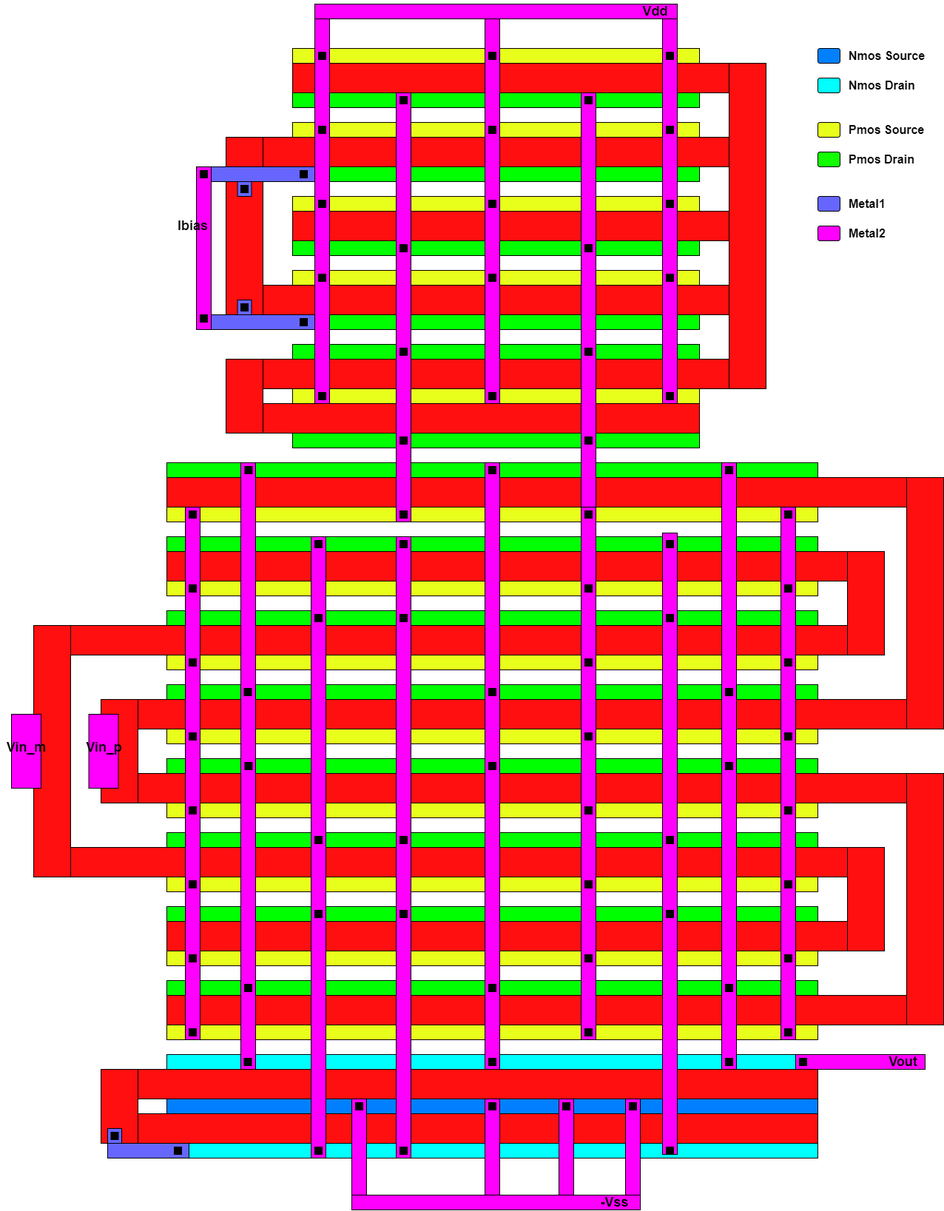
Before: Immagini_relazione/Stick_diagram_first_s.png, a diagram exported from draw.io (Gaspare7696/AIC_group). Source tidied: cells renumbered, new cells last; positions are measured from the earlier drawing's top-left corner, leaving out a move shared by most shapes.
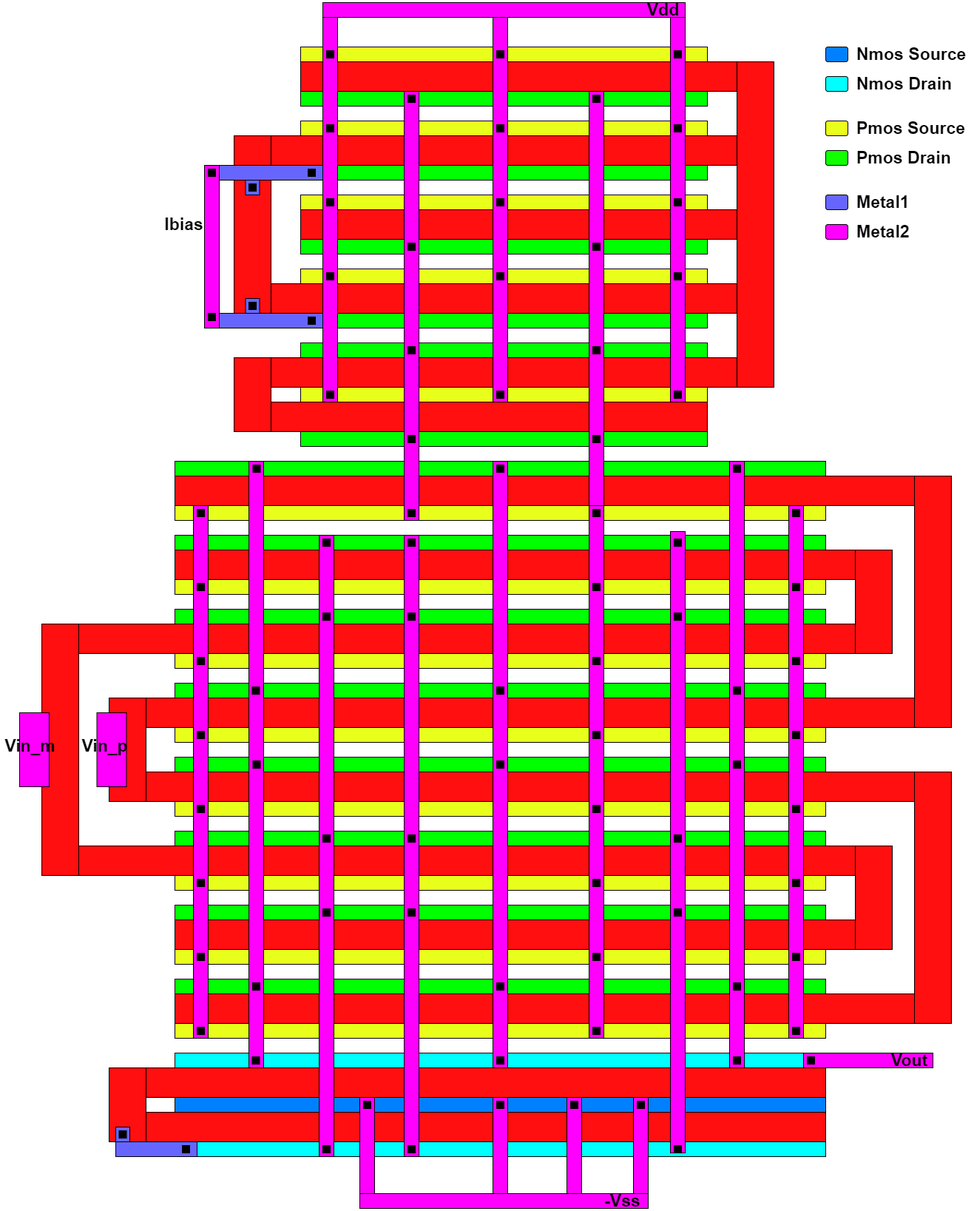
After the commit.

Change to the diagram source:
```diff
@@ -188,17 +188,17 @@
     <mxCell id="63" style="rounded=1;whiteSpace=wrap;html=1;gradientDirection=north;fillColor=#E8FF1C;" parent="1" vertex="1">
       <mxGeometry x="1105" y="165" width="30" height="20" as="geometry" />
     </mxCell>
-    <mxCell id="64" value="&lt;b style=&quot;font-size: 16px&quot;&gt;Nmos Source&lt;/b&gt;" style="text;html=1;align=left;verticalAlign=middle;" parent="1" vertex="1">
-      <mxGeometry x="1145" y="65" width="120" height="20" as="geometry" />
+    <mxCell id="64" value="&lt;b&gt;&lt;font style=&quot;font-size: 23px&quot;&gt;Nmos Source&lt;/font&gt;&lt;/b&gt;" style="text;html=1;align=left;verticalAlign=middle;" parent="1" vertex="1">
+      <mxGeometry x="1145" y="65" width="160" height="20" as="geometry" />
     </mxCell>
-    <mxCell id="65" value="&lt;b style=&quot;font-size: 16px&quot;&gt;Nmos Drain&lt;/b&gt;" style="text;html=1;align=left;verticalAlign=middle;" parent="1" vertex="1">
-      <mxGeometry x="1145" y="105" width="110" height="20" as="geometry" />
+    <mxCell id="65" value="&lt;b&gt;&lt;font style=&quot;font-size: 23px&quot;&gt;Nmos Drain&lt;/font&gt;&lt;/b&gt;" style="text;html=1;align=left;verticalAlign=middle;" parent="1" vertex="1">
+      <mxGeometry x="1145" y="105" width="140" height="20" as="geometry" />
     </mxCell>
-    <mxCell id="66" value="&lt;b style=&quot;font-size: 16px&quot;&gt;Pmos Drain&lt;/b&gt;" style="text;html=1;align=left;verticalAlign=middle;" parent="1" vertex="1">
-      <mxGeometry x="1145" y="205" width="100" height="20" as="geometry" />
+    <mxCell id="66" value="&lt;b&gt;&lt;font style=&quot;font-size: 23px&quot;&gt;Pmos Drain&lt;/font&gt;&lt;/b&gt;" style="text;html=1;align=left;verticalAlign=middle;" parent="1" vertex="1">
+      <mxGeometry x="1145" y="205" width="140" height="20" as="geometry" />
     </mxCell>
-    <mxCell id="67" value="&lt;b style=&quot;font-size: 16px&quot;&gt;Pmos Source&lt;/b&gt;" style="text;html=1;align=left;verticalAlign=middle;" parent="1" vertex="1">
-      <mxGeometry x="1145" y="165" width="120" height="20" as="geometry" />
+    <mxCell id="67" value="&lt;b&gt;&lt;font style=&quot;font-size: 23px&quot;&gt;Pmos Source&lt;/font&gt;&lt;/b&gt;" style="text;html=1;align=left;verticalAlign=middle;" parent="1" vertex="1">
+      <mxGeometry x="1145" y="165" width="160" height="20" as="geometry" />
     </mxCell>
     <mxCell id="68" style="rounded=0;whiteSpace=wrap;html=1;gradientColor=none;fillColor=#FF00FF;" parent="1" vertex="1">
       <mxGeometry x="425" y="25" width="20" height="520" as="geometry" />
@@ -485,14 +485,14 @@
     <mxCell id="162" style="rounded=1;whiteSpace=wrap;html=1;fillColor=#6666FF;" parent="1" vertex="1">
       <mxGeometry x="1105" y="265" width="30" height="20" as="geometry" />
     </mxCell>
-    <mxCell id="163" value="&lt;b style=&quot;font-size: 16px&quot;&gt;Metal1&lt;br&gt;&lt;/b&gt;" style="text;html=1;align=left;verticalAlign=middle;" parent="1" vertex="1">
-      <mxGeometry x="1145" y="265" width="70" height="20" as="geometry" />
+    <mxCell id="163" value="&lt;b&gt;&lt;font style=&quot;font-size: 23px&quot;&gt;Metal1&lt;/font&gt;&lt;br&gt;&lt;/b&gt;" style="text;html=1;align=left;verticalAlign=middle;" parent="1" vertex="1">
+      <mxGeometry x="1145" y="265" width="90" height="20" as="geometry" />
     </mxCell>
     <mxCell id="164" style="rounded=1;whiteSpace=wrap;html=1;fillColor=#FF00FF;" parent="1" vertex="1">
       <mxGeometry x="1105" y="305" width="30" height="20" as="geometry" />
     </mxCell>
-    <mxCell id="165" value="&lt;b style=&quot;font-size: 16px&quot;&gt;Metal2&lt;br&gt;&lt;/b&gt;" style="text;html=1;align=left;verticalAlign=middle;" parent="1" vertex="1">
-      <mxGeometry x="1145" y="305" width="70" height="20" as="geometry" />
+    <mxCell id="165" value="&lt;b&gt;&lt;font style=&quot;font-size: 23px&quot;&gt;Metal2&lt;/font&gt;&lt;br&gt;&lt;/b&gt;" style="text;html=1;align=left;verticalAlign=middle;" parent="1" vertex="1">
+      <mxGeometry x="1145" y="305" width="90" height="20" as="geometry" />
     </mxCell>
     <mxCell id="166" style="rounded=0;whiteSpace=wrap;html=1;gradientColor=none;fillColor=#000000;" parent="1" vertex="1">
       <mxGeometry x="540" y="690" width="10" height="10" as="geometry" />
@@ -557,23 +557,23 @@
     <mxCell id="186" style="rounded=0;whiteSpace=wrap;html=1;gradientColor=none;fillColor=#FF00FF;" parent="1" vertex="1">
       <mxGeometry x="425" y="5" width="490" height="20" as="geometry" />
     </mxCell>
-    <mxCell id="187" value="&lt;b&gt;&lt;font style=&quot;font-size: 18px&quot;&gt;Vin_m&lt;/font&gt;&lt;/b&gt;" style="text;html=1;align=center;verticalAlign=middle;" parent="1" vertex="1">
-      <mxGeometry y="1000" width="70" height="20" as="geometry" />
+    <mxCell id="187" value="&lt;b&gt;&lt;font style=&quot;font-size: 23px&quot;&gt;Vin_m&lt;/font&gt;&lt;/b&gt;" style="text;html=1;align=center;verticalAlign=middle;" parent="1" vertex="1">
+      <mxGeometry x="-11" y="1000" width="80" height="20" as="geometry" />
     </mxCell>
-    <mxCell id="188" value="&lt;b&gt;&lt;font style=&quot;font-size: 18px&quot;&gt;Vin_p&lt;/font&gt;&lt;/b&gt;" style="text;html=1;align=center;verticalAlign=middle;" parent="1" vertex="1">
-      <mxGeometry x="109.5" y="1000" width="60" height="20" as="geometry" />
+    <mxCell id="188" value="&lt;b&gt;&lt;font style=&quot;font-size: 23px&quot;&gt;Vin_p&lt;/font&gt;&lt;/b&gt;" style="text;html=1;align=center;verticalAlign=middle;" parent="1" vertex="1">
+      <mxGeometry x="89.5" y="1000" width="80" height="20" as="geometry" />
     </mxCell>
-    <mxCell id="189" value="&lt;b&gt;&lt;font style=&quot;font-size: 18px&quot;&gt;Ibias&lt;/font&gt;&lt;/b&gt;" style="text;html=1;align=center;verticalAlign=middle;" parent="1" vertex="1">
-      <mxGeometry x="230" y="295" width="60" height="20" as="geometry" />
+    <mxCell id="189" value="&lt;b&gt;&lt;font style=&quot;font-size: 23px&quot;&gt;Ibias&lt;/font&gt;&lt;/b&gt;" style="text;html=1;align=center;verticalAlign=middle;" parent="1" vertex="1">
+      <mxGeometry x="202" y="295" width="70" height="20" as="geometry" />
     </mxCell>
-    <mxCell id="190" value="&lt;b&gt;&lt;font style=&quot;font-size: 18px&quot;&gt;Vdd&lt;/font&gt;&lt;/b&gt;&lt;span style=&quot;color: rgba(0 , 0 , 0 , 0) ; font-family: monospace ; font-size: 0px&quot;&gt;%3CmxGraphModel%3E%3Croot%3E%3CmxCell%20id%3D%220%22%2F%3E%3CmxCell%20id%3D%221%22%20parent%3D%220%22%2F%3E%3CmxCell%20id%3D%222%22%20value%3D%22%26lt%3Bb%26gt%3B%26lt%3Bfont%20style%3D%26quot%3Bfont-size%3A%2018px%26quot%3B%26gt%3BIbias%26lt%3B%2Ffont%26gt%3B%26lt%3B%2Fb%26gt%3B%22%20style%3D%22text%3Bhtml%3D1%3Balign%3Dcenter%3BverticalAlign%3Dmiddle%3Bresizable%3D0%3Bpoints%3D%5B%5D%3Bautosize%3D1%3B%22%20vertex%3D%221%22%20parent%3D%221%22%3E%3CmxGeometry%20x%3D%22205%22%20y%3D%22350%22%20width%3D%2260%22%20height%3D%2220%22%20as%3D%22geometry%22%2F%3E%3C%2FmxCell%3E%3C%2Froot%3E%3C%2FmxGraphModel%3E&lt;/span&gt;" style="text;html=1;align=center;verticalAlign=middle;" parent="1" vertex="1">
-      <mxGeometry x="860" width="50" height="30" as="geometry" />
+    <mxCell id="190" value="&lt;b&gt;&lt;font style=&quot;font-size: 23px&quot;&gt;Vdd&lt;/font&gt;&lt;/b&gt;" style="text;html=1;align=center;verticalAlign=middle;" parent="1" vertex="1">
+      <mxGeometry x="855" y="5" width="60" height="20" as="geometry" />
     </mxCell>
-    <mxCell id="191" value="&lt;span style=&quot;font-size: 18px&quot;&gt;&lt;b&gt;-Vss&lt;/b&gt;&lt;/span&gt;" style="text;html=1;align=center;verticalAlign=middle;" parent="1" vertex="1">
-      <mxGeometry x="805" y="1615" width="50" height="20" as="geometry" />
+    <mxCell id="191" value="&lt;b&gt;&lt;font style=&quot;font-size: 23px&quot;&gt;-Vss&lt;/font&gt;&lt;/b&gt;" style="text;html=1;align=center;verticalAlign=middle;" parent="1" vertex="1">
+      <mxGeometry x="800" y="1615" width="60" height="20" as="geometry" />
     </mxCell>
-    <mxCell id="192" value="&lt;span style=&quot;font-size: 18px&quot;&gt;&lt;b&gt;Vout&lt;/b&gt;&lt;/span&gt;" style="text;html=1;align=center;verticalAlign=middle;" parent="1" vertex="1">
-      <mxGeometry x="1195" y="1425" width="50" height="20" as="geometry" />
+    <mxCell id="192" value="&lt;b&gt;&lt;font style=&quot;font-size: 23px&quot;&gt;Vout&lt;/font&gt;&lt;/b&gt;" style="text;html=1;align=center;verticalAlign=middle;" parent="1" vertex="1">
+      <mxGeometry x="1188" y="1425" width="60" height="20" as="geometry" />
     </mxCell>
     <mxCell id="193" style="rounded=0;whiteSpace=wrap;html=1;gradientColor=none;fillColor=#000000;" parent="1" vertex="1">
       <mxGeometry x="480" y="1490" width="10" height="10" as="geometry" />
```
